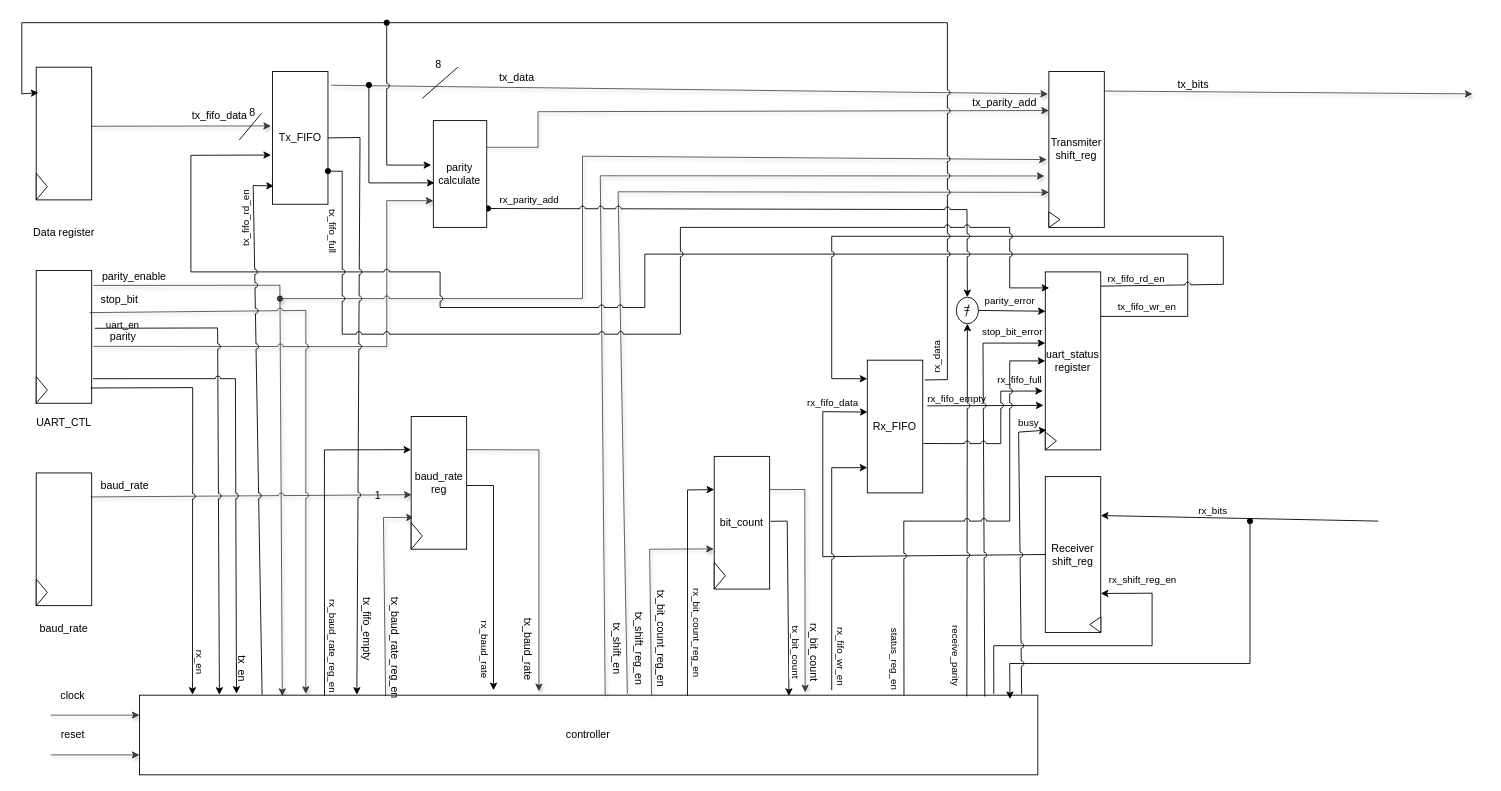
The draw.io diagram page "data_path" (1 of 5) of uart/docs/Tx_Rx_combined.drawio in MuhammadBoota09299/Computer_Architecture_Lab, before the edit. Source tidied: cells renumbered, new cells numbered last; positions are measured from the earlier drawing's top-left corner, leaving out a move shared by most shapes. Both pictures are drawn from the tidied source at 89%, with x=0, y=0 at pixel (21, 22).
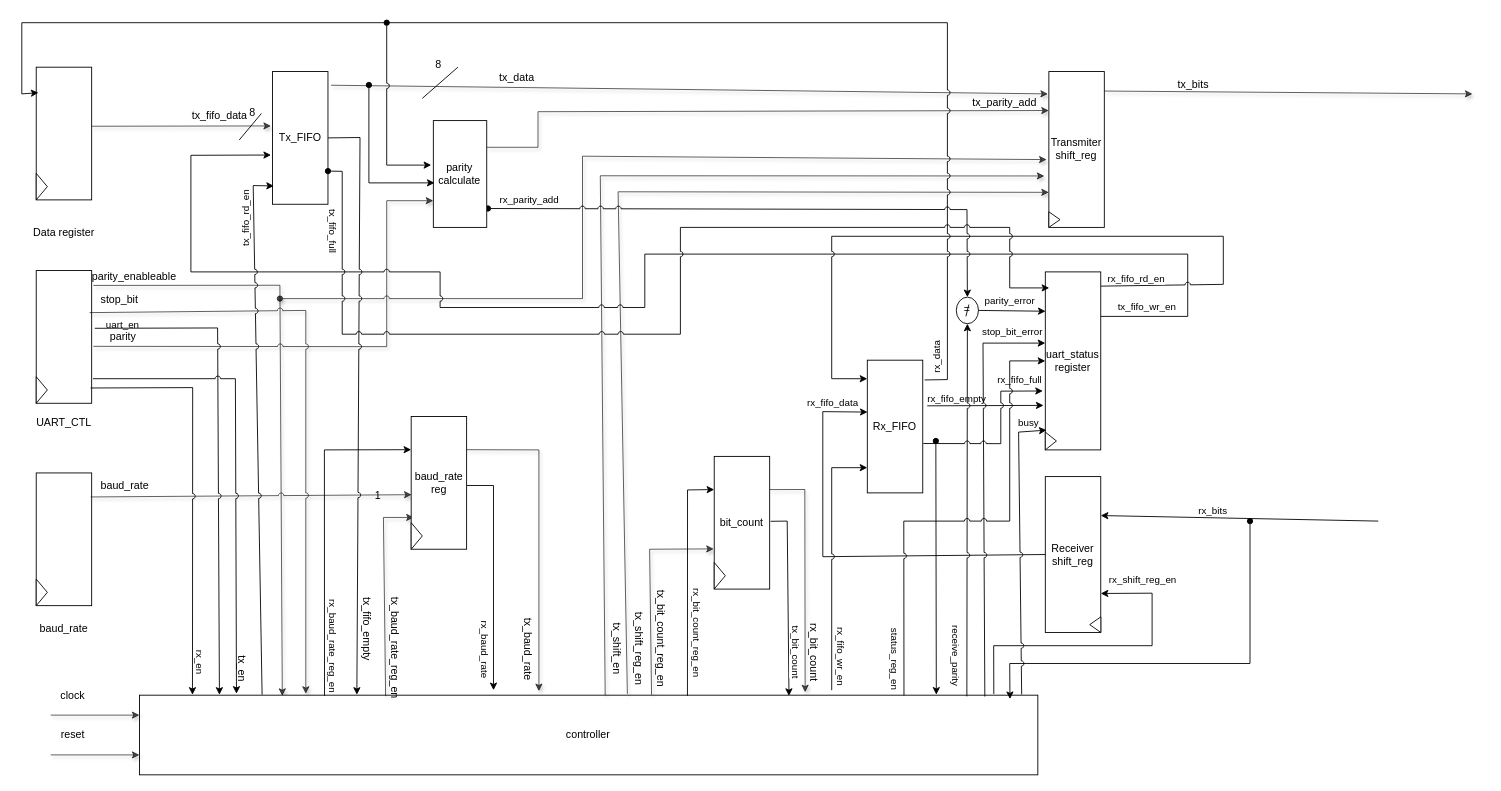
After the change.

The change refers to these unchanged cells:
```xml
<mxCell id="16" value="controller" style="rounded=0;whiteSpace=wrap;html=1;" parent="1" vertex="1">
  <mxGeometry x="132.2" y="755.6" width="1009.4" height="89.5" as="geometry" />
</mxCell>
```

What changed in the source:
```diff
@@
-    <mxCell id="11" value="parity_enable" style="text;html=1;align=center;verticalAlign=middle;whiteSpace=wrap;rounded=0;" parent="1" vertex="1">
+    <mxCell id="11" value="parity_enableable" style="text;html=1;align=center;verticalAlign=middle;whiteSpace=wrap;rounded=0;" parent="1" vertex="1">
       <mxGeometry x="88.5" y="263.6" width="74.8" height="44.7" as="geometry" />
     </mxCell>
@@
+    <mxCell id="122" style="endArrow=classic;html=1;rounded=0;entryX=0.887;entryY=-0.007;entryDx=0;entryDy=0;entryPerimeter=0;startArrow=oval;startFill=1;" parent="1" edge="1" target="16">
+      <mxGeometry relative="1" as="geometry">
+        <mxPoint x="1027" y="470" as="sourcePoint" />
+      </mxGeometry>
+    </mxCell>
```
